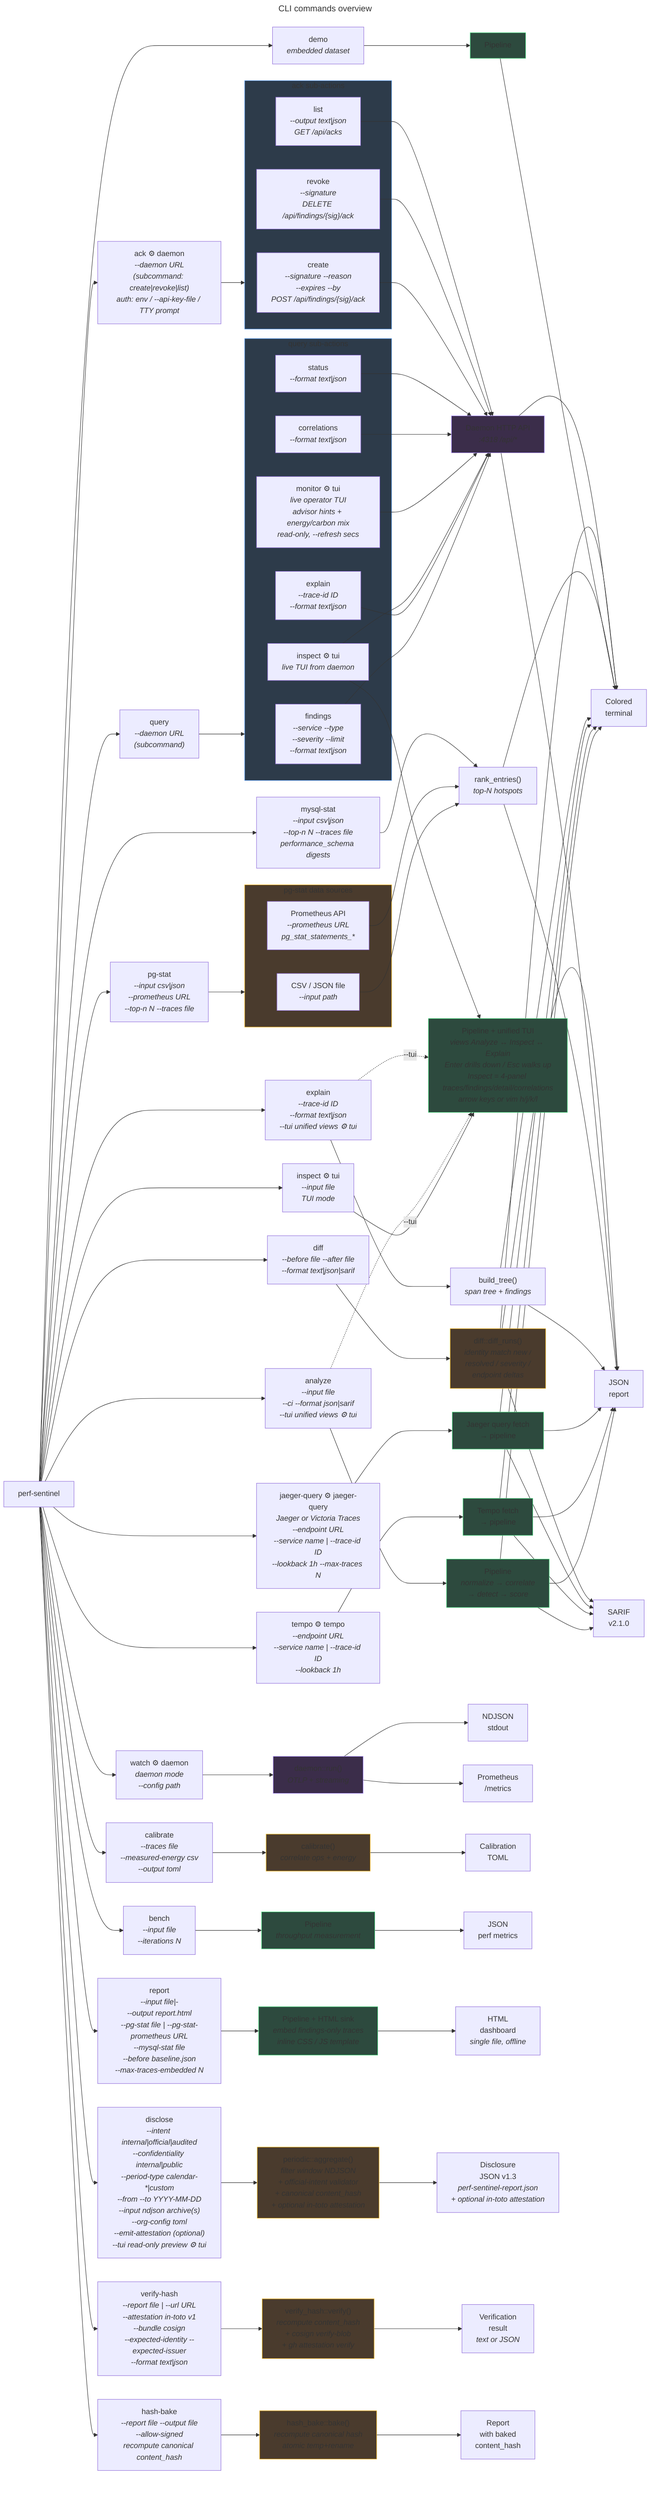
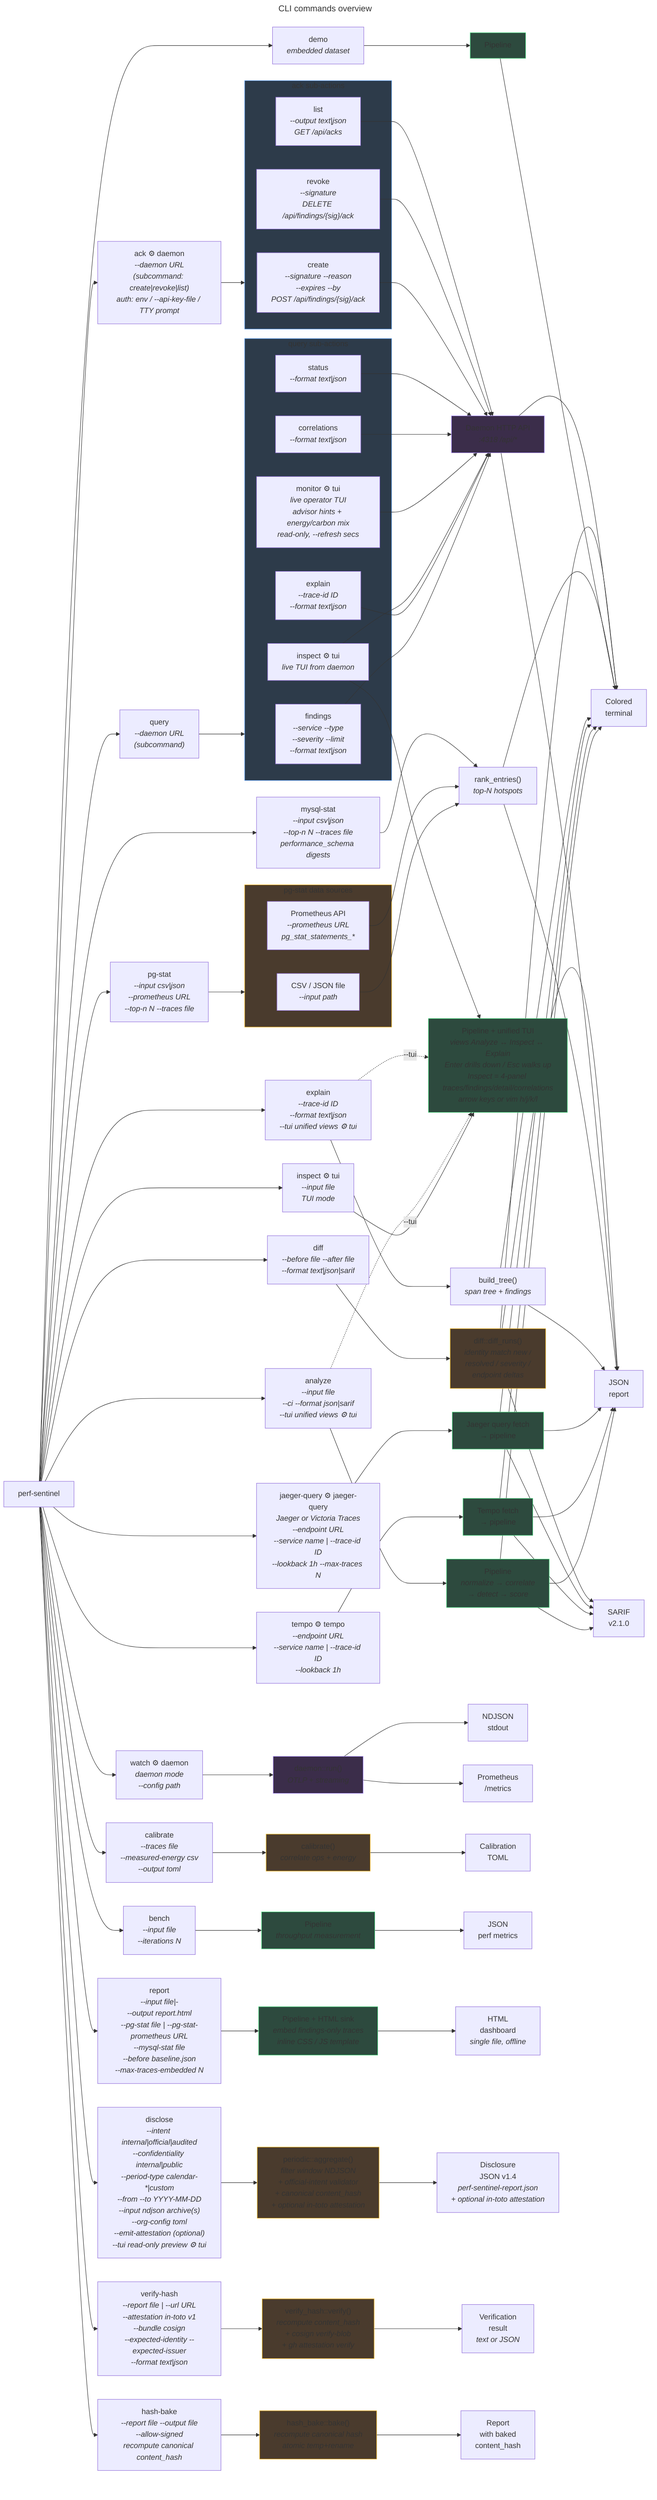
---
title: CLI commands overview
---
flowchart LR
    cli["perf-sentinel"]

    analyze["analyze<br/><i>--input file<br/>--ci --format json|sarif<br/>--tui unified views ⚙ tui</i>"]
    explain["explain<br/><i>--trace-id ID<br/>--format text|json<br/>--tui unified views ⚙ tui</i>"]
    inspect["inspect ⚙ tui<br/><i>--input file<br/>TUI mode</i>"]
    watch["watch ⚙ daemon<br/><i>daemon mode<br/>--config path</i>"]
    demo["demo<br/><i>embedded dataset</i>"]
    bench["bench<br/><i>--input file<br/>--iterations N</i>"]
    pgstat["pg-stat<br/><i>--input csv|json<br/>--prometheus URL<br/>--top-n N --traces file</i>"]
    mysqlstat["mysql-stat<br/><i>--input csv|json<br/>--top-n N --traces file<br/>performance_schema digests</i>"]
    tempo["tempo ⚙ tempo<br/><i>--endpoint URL<br/>--service name | --trace-id ID<br/>--lookback 1h</i>"]
    jaeger_query["jaeger-query ⚙ jaeger-query<br/><i>Jaeger or Victoria Traces<br/>--endpoint URL<br/>--service name | --trace-id ID<br/>--lookback 1h --max-traces N</i>"]
    calibrate["calibrate<br/><i>--traces file<br/>--measured-energy csv<br/>--output toml</i>"]
    query["query<br/><i>--daemon URL<br/>(subcommand)</i>"]
    ack["ack ⚙ daemon<br/><i>--daemon URL<br/>(subcommand: create|revoke|list)<br/>auth: env / --api-key-file / TTY prompt</i>"]
    report["report<br/><i>--input file|-<br/>--output report.html<br/>--pg-stat file | --pg-stat-prometheus URL<br/>--mysql-stat file<br/>--before baseline.json<br/>--max-traces-embedded N</i>"]
    diff["diff<br/><i>--before file --after file<br/>--format text|json|sarif</i>"]
    disclose["disclose<br/><i>--intent internal|official|audited<br/>--confidentiality internal|public<br/>--period-type calendar-*|custom<br/>--from --to YYYY-MM-DD<br/>--input ndjson archive(s)<br/>--org-config toml<br/>--emit-attestation (optional)<br/>--tui read-only preview ⚙ tui</i>"]
    verify_hash["verify-hash<br/><i>--report file | --url URL<br/>--attestation in-toto v1<br/>--bundle cosign<br/>--expected-identity --expected-issuer<br/>--format text|json</i>"]
    hash_bake["hash-bake<br/><i>--report file --output file<br/>--allow-signed<br/>recompute canonical content_hash</i>"]

    analyze_pipeline["Pipeline<br/><i>normalize &rarr; correlate<br/>&rarr; detect &rarr; score</i>"]
    tempo_pipeline["Tempo fetch<br/>&rarr; pipeline"]
    jaeger_query_pipeline["Jaeger query fetch<br/>&rarr; pipeline"]
    inspect_pipeline["Pipeline + unified TUI<br/><i>views Analyze &harr; Inspect &harr; Explain<br/>Enter drills down / Esc walks up<br/>Inspect = 4-panel traces/findings/detail/correlations<br/>arrow keys or vim h/j/k/l</i>"]
    demo_pipeline["Pipeline"]
    bench_pipeline["Pipeline<br/><i>throughput measurement</i>"]
    report_pipeline["Pipeline + HTML sink<br/><i>embed findings-only traces<br/>inline CSS / JS template</i>"]
    diff_engine["diff::diff_runs()<br/><i>identity match new /<br/>resolved / severity /<br/>endpoint deltas</i>"]
    tree["build_tree()<br/><i>span tree + findings</i>"]
    daemon["daemon::run()<br/><i>OTLP + streaming</i>"]
    ranking["rank_entries()<br/><i>top-N hotspots</i>"]
    cal_engine["calibrate()<br/><i>correlate ops + energy</i>"]
    disclose_engine["periodic::aggregate()<br/><i>filter window NDJSON<br/>+ official-intent validator<br/>+ canonical content_hash<br/>+ optional in-toto attestation</i>"]
    verify_engine["verify_hash::verify()<br/><i>recompute content_hash<br/>+ cosign verify-blob<br/>+ gh attestation verify</i>"]
    hashbake_engine["hash_bake::bake()<br/><i>recompute canonical hash<br/>atomic temp+rename</i>"]

    subgraph pgstat_sources["pg-stat data sources"]
        pg_file["CSV / JSON file<br/><i>--input path</i>"]
        pg_prom["Prometheus API<br/><i>--prometheus URL<br/>pg_stat_statements_*</i>"]
    end

    subgraph query_actions["query sub-actions"]
        q_findings["findings<br/><i>--service --type<br/>--severity --limit<br/>--format text|json</i>"]
        q_explain["explain<br/><i>--trace-id ID<br/>--format text|json</i>"]
        q_inspect["inspect ⚙ tui<br/><i>live TUI from daemon</i>"]
        q_monitor["monitor ⚙ tui<br/><i>live operator TUI<br/>advisor hints + energy/carbon mix<br/>read-only, --refresh secs</i>"]
        q_correlations["correlations<br/><i>--format text|json</i>"]
        q_status["status<br/><i>--format text|json</i>"]
    end

    subgraph ack_actions["ack sub-actions"]
        a_create["create<br/><i>--signature --reason<br/>--expires --by<br/>POST /api/findings/{sig}/ack</i>"]
        a_revoke["revoke<br/><i>--signature<br/>DELETE /api/findings/{sig}/ack</i>"]
        a_list["list<br/><i>--output text|json<br/>GET /api/acks</i>"]
    end

    daemon_api["Daemon HTTP API<br/><i>:4318 /api/*</i>"]

    report_text["Colored<br/>terminal"]
    report_json["JSON<br/>report"]
    report_sarif["SARIF<br/>v2.1.0"]
    report_ndjson["NDJSON<br/>stdout"]
    report_metrics["Prometheus<br/>/metrics"]
    report_toml["Calibration<br/>TOML"]
    report_bench["JSON<br/>perf metrics"]
    report_html["HTML<br/>dashboard<br/><i>single file, offline</i>"]
-     report_disclose["Disclosure<br/>JSON v1.3<br/><i>perf-sentinel-report.json<br/>+ optional in-toto attestation</i>"]
+     report_disclose["Disclosure<br/>JSON v1.4<br/><i>perf-sentinel-report.json<br/>+ optional in-toto attestation</i>"]
    report_verify["Verification<br/>result<br/><i>text or JSON</i>"]
    report_baked["Report<br/>with baked<br/>content_hash"]

    cli --> analyze & explain & inspect & watch & demo & bench & pgstat & mysqlstat & tempo & jaeger_query & calibrate & query & ack & report & diff & disclose & verify_hash & hash_bake

    analyze --> analyze_pipeline
    analyze_pipeline --> report_text
    analyze_pipeline --> report_json
    analyze_pipeline --> report_sarif

    tempo --> tempo_pipeline
    tempo_pipeline --> report_text
    tempo_pipeline --> report_json
    tempo_pipeline --> report_sarif

    jaeger_query --> jaeger_query_pipeline
    jaeger_query_pipeline --> report_text
    jaeger_query_pipeline --> report_json
    jaeger_query_pipeline --> report_sarif

    explain --> tree
    tree --> report_text
    tree --> report_json

    inspect --> inspect_pipeline
    analyze -.->|--tui| inspect_pipeline
    explain -.->|--tui| inspect_pipeline

    watch --> daemon
    daemon --> report_ndjson
    daemon --> report_metrics

    demo --> demo_pipeline --> report_text

    bench --> bench_pipeline --> report_bench

    pgstat --> pgstat_sources
    pg_file --> ranking
    pg_prom --> ranking
    mysqlstat --> ranking
    ranking --> report_text
    ranking --> report_json

    calibrate --> cal_engine --> report_toml

    query --> query_actions
    q_findings --> daemon_api
    q_explain --> daemon_api
    q_inspect --> daemon_api
    q_monitor --> daemon_api
    q_correlations --> daemon_api
    q_status --> daemon_api
    daemon_api --> report_text
    daemon_api --> report_json
    q_inspect --> inspect_pipeline

    ack --> ack_actions
    a_create --> daemon_api
    a_revoke --> daemon_api
    a_list --> daemon_api

    report --> report_pipeline
    report_pipeline --> report_html

    diff --> diff_engine
    diff_engine --> report_text
    diff_engine --> report_json
    diff_engine --> report_sarif

    disclose --> disclose_engine --> report_disclose
    verify_hash --> verify_engine --> report_verify
    hash_bake --> hashbake_engine --> report_baked

    style analyze_pipeline fill:#2d4a3e,stroke:#4ade80
    style tempo_pipeline fill:#2d4a3e,stroke:#4ade80
    style jaeger_query_pipeline fill:#2d4a3e,stroke:#4ade80
    style demo_pipeline fill:#2d4a3e,stroke:#4ade80
    style bench_pipeline fill:#2d4a3e,stroke:#4ade80
    style inspect_pipeline fill:#2d4a3e,stroke:#4ade80
    style report_pipeline fill:#2d4a3e,stroke:#4ade80
    style diff_engine fill:#4a3b2d,stroke:#fbbf24
    style cal_engine fill:#4a3b2d,stroke:#fbbf24
    style daemon fill:#3b2d4a,stroke:#a78bfa
    style query_actions fill:#2d3b4a,stroke:#60a5fa
    style ack_actions fill:#2d3b4a,stroke:#60a5fa
    style pgstat_sources fill:#4a3b2d,stroke:#fbbf24
    style daemon_api fill:#3b2d4a,stroke:#a78bfa
    style disclose_engine fill:#4a3b2d,stroke:#fbbf24
    style verify_engine fill:#4a3b2d,stroke:#fbbf24
    style hashbake_engine fill:#4a3b2d,stroke:#fbbf24
